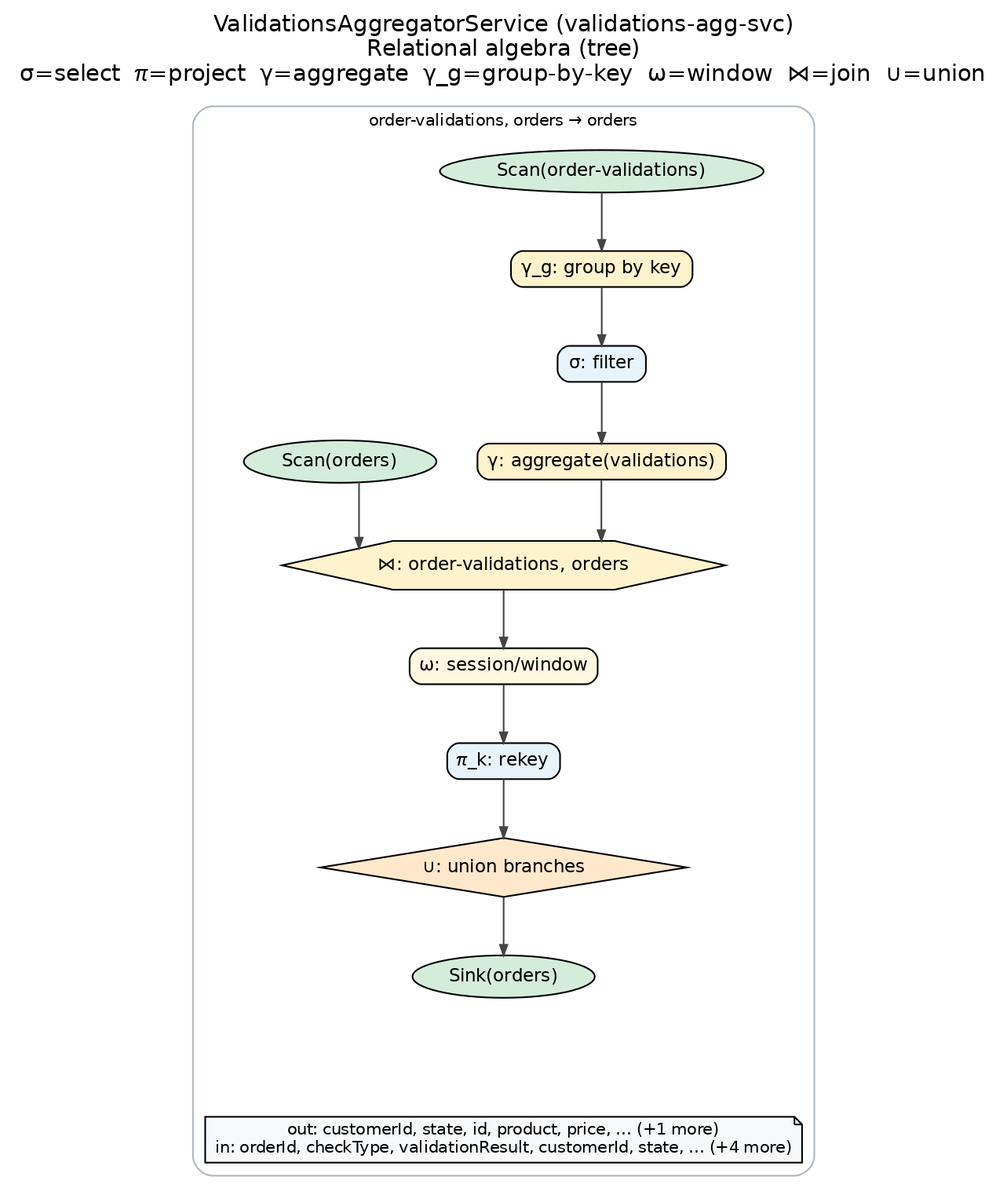
Coder2002-MSAdithya/kafka-streams-examples keeps this Graphviz diagram as docs/difc-ra-diagrams/validations-agg-svc-ra-flow.png. Above is the earlier version. Its source is kept beside it as docs/difc-ra-diagrams/validations-agg-svc-ra-flow.dot.
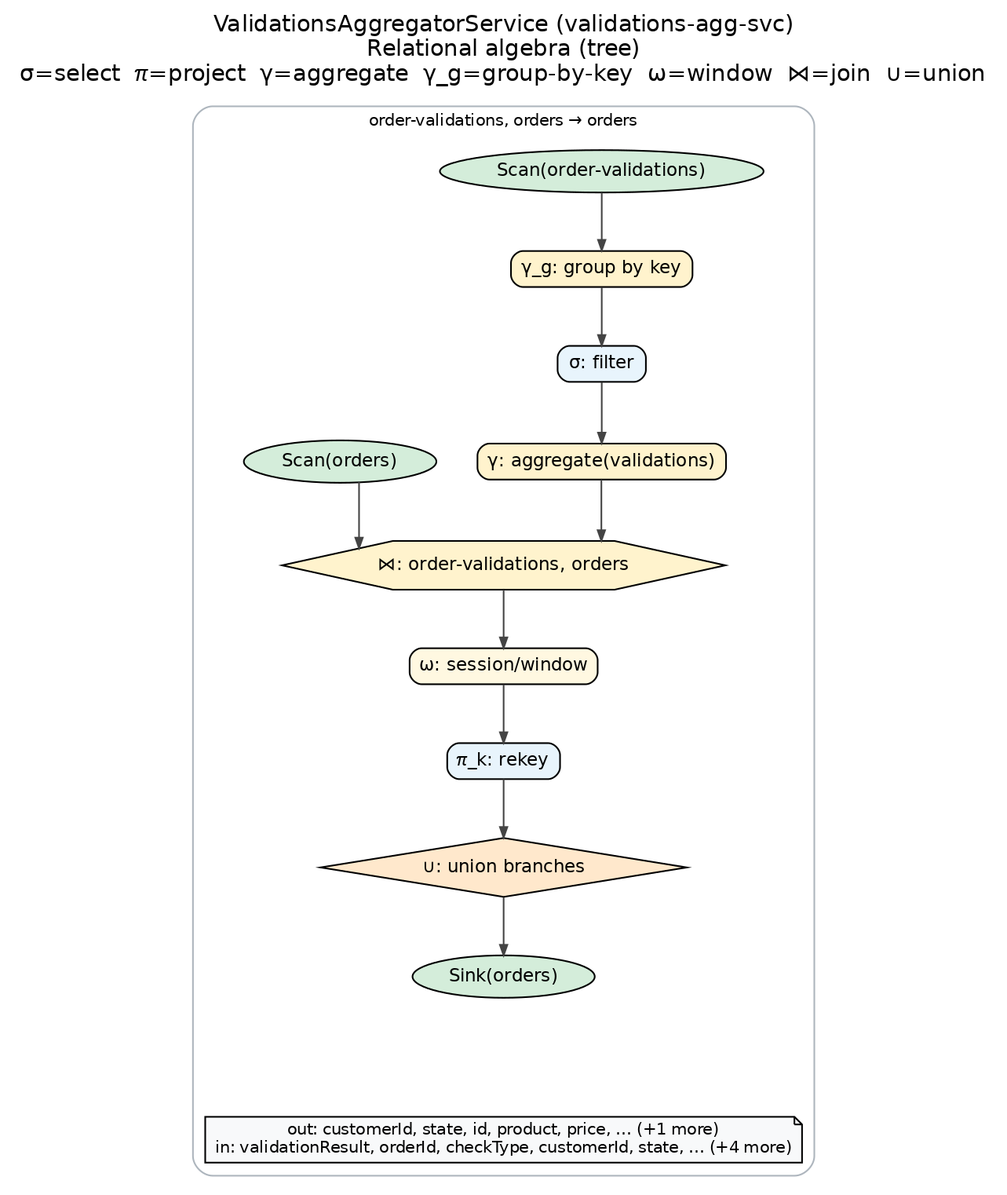
The same file after the commit.

Diff of the diagram source:
```diff
@@ -30,7 +30,7 @@
     r0anchor [style=invis, width=0, height=0, label=""];
     p0_sink_orders -> r0anchor [style=invis];
     r0anchor -> r0note [style=invis];
-    r0note [label="out: customerId, state, id, product, price, … (+1 more)\nin: orderId, checkType, validationResult, customerId, state, … (+4 more)", shape=note, fillcolor="#f8f9fa", fontsize=10];
+    r0note [label="out: customerId, state, id, product, price, … (+1 more)\nin: validationResult, orderId, checkType, customerId, state, … (+4 more)", shape=note, fillcolor="#f8f9fa", fontsize=10];
     { rank=max; r0note; }
   }
 }
```
